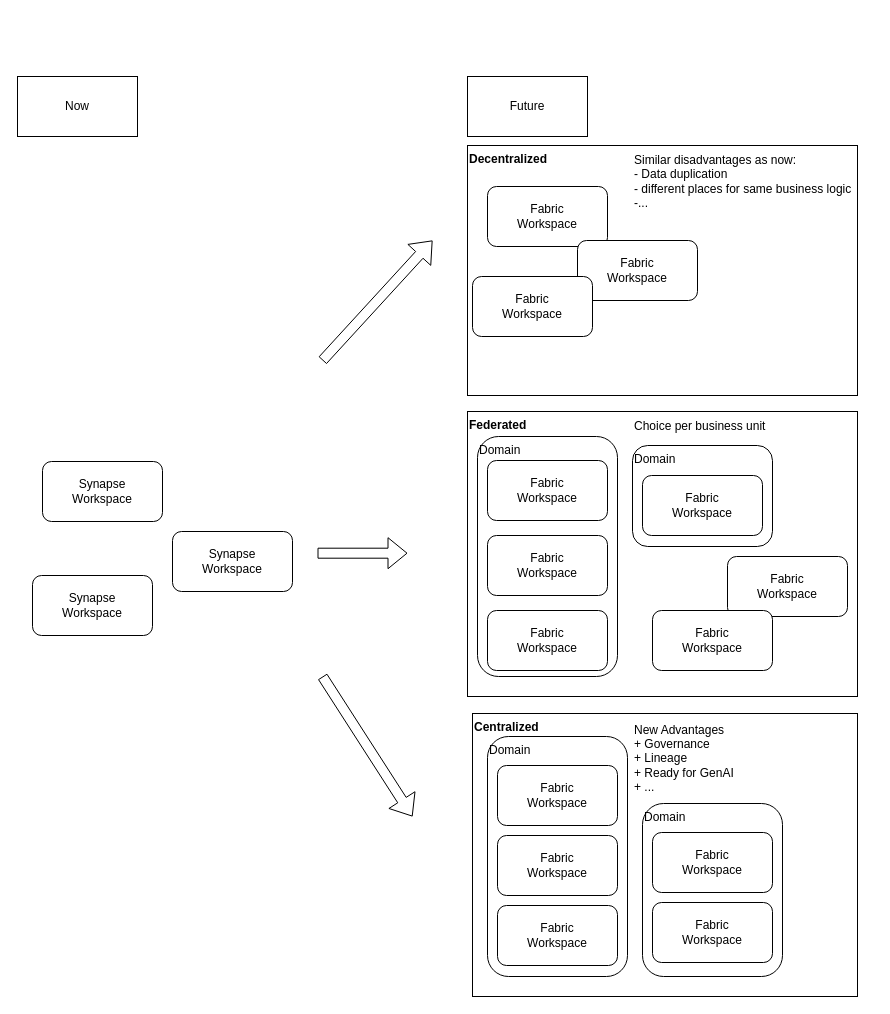
Earlier version of the draw.io diagram page "Strong vs. weak alignment" (4 of 5) of Fabric.drawio (jugi92/useful_architectures). Source tidied: cells renumbered, new cells numbered last; positions are measured from the earlier drawing's top-left corner, leaving out a move shared by most shapes. Both pictures are drawn from the tidied source at 100%, with x=0, y=0 at pixel (17, 76).
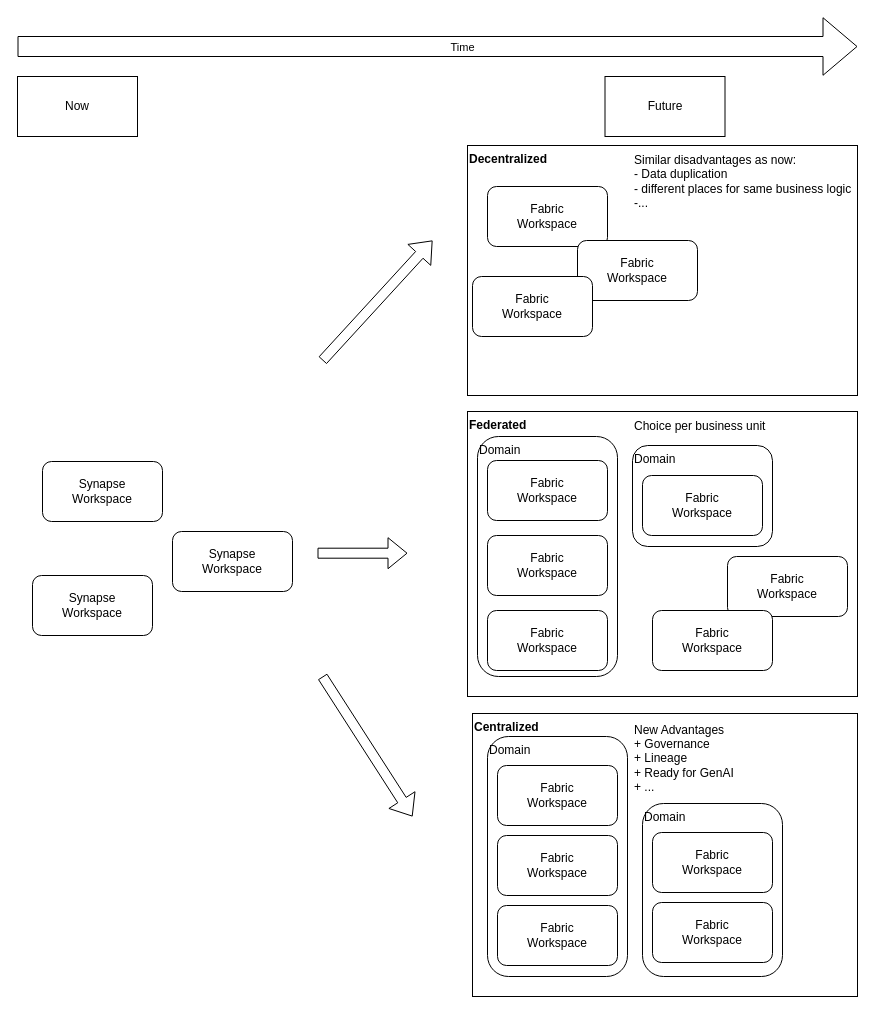
Above is the later version.

Diff of the diagram source:
```diff
@@
     <mxCell id="12" value="Future" style="rounded=0;whiteSpace=wrap;html=1;" parent="1" vertex="1">
-      <mxGeometry x="450" width="120" height="60" as="geometry" />
+      <mxGeometry x="587.5" width="120" height="60" as="geometry" />
     </mxCell>
@@
+    <mxCell id="34" style="shape=flexArrow;endArrow=classic;html=1;rounded=0;endWidth=36.55172413793104;endSize=11;width=20;" parent="1" edge="1">
+      <mxGeometry relative="1" as="geometry">
+        <mxPoint y="-30" as="sourcePoint" />
+        <mxPoint x="840" y="-30" as="targetPoint" />
+      </mxGeometry>
+    </mxCell>
+    <mxCell id="35" value="Time" style="edgeLabel;html=1;align=center;verticalAlign=middle;" parent="34" vertex="1">
+      <mxGeometry x="0.06" y="-1" relative="1" as="geometry">
+        <mxPoint x="-1" y="-1" as="offset" />
+      </mxGeometry>
+    </mxCell>
```
